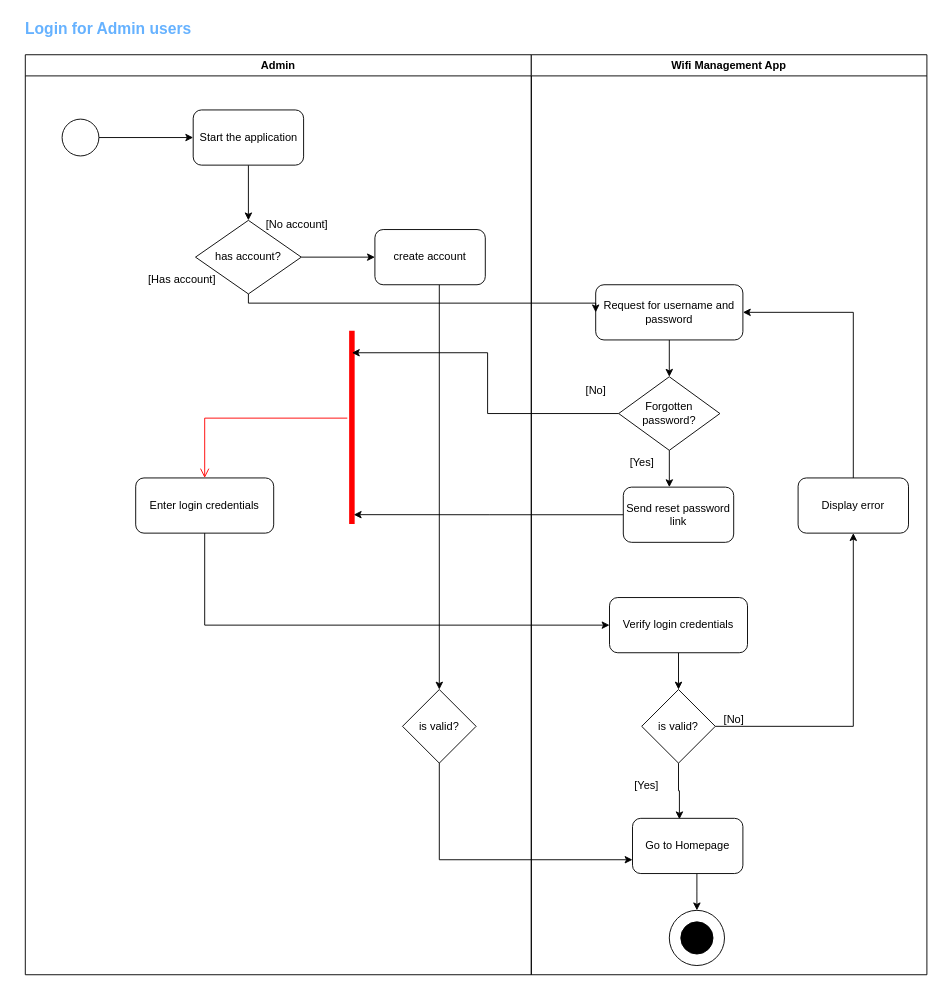
LeloKarma/website keeps this draw.io diagram as page "Page-2" (2 of 2) of Activity Diagram.drawio. Above is the earlier version. Source tidied: cells renumbered, new cells numbered last; positions are measured from the earlier drawing's top-left corner, leaving out a move shared by most shapes. Both pictures are drawn from the tidied source at 92%, with x=0, y=0 at pixel (16, 16).
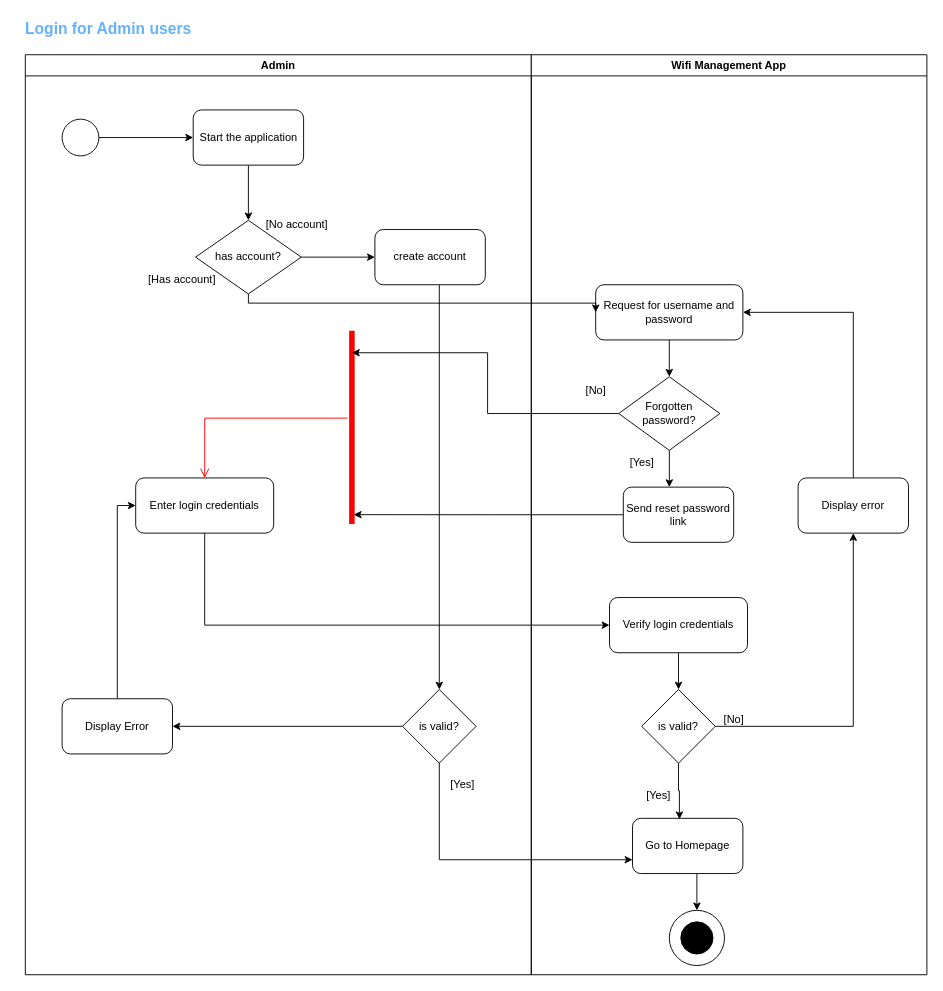
The same page after the edit.

Unchanged cells that the change refers to:
```xml
<mxCell id="2" value="Admin" style="swimlane;whiteSpace=wrap;html=1;" parent="1" vertex="1">
  <mxGeometry x="10" y="42" width="550" height="1000" as="geometry" />
</mxCell>
<mxCell id="11" value="Enter login credentials" style="rounded=1;whiteSpace=wrap;html=1;" parent="2" vertex="1">
  <mxGeometry x="120" y="460" width="150" height="60" as="geometry" />
</mxCell>
<mxCell id="16" value="is valid?" style="rhombus;whiteSpace=wrap;html=1;" parent="2" vertex="1">
  <mxGeometry x="410" y="690" width="80" height="80" as="geometry" />
</mxCell>
<mxCell id="17" value="Wifi Management App" style="swimlane;whiteSpace=wrap;html=1;" parent="1" vertex="1">
  <mxGeometry x="560" y="42" width="430" height="1000" as="geometry" />
</mxCell>
```

Diff of the diagram source:
```diff
@@
+    <mxCell id="44" style="edgeStyle=orthogonalEdgeStyle;rounded=0;jettySize=auto;html=1;entryX=1;entryY=0.5;entryDx=0;entryDy=0;" parent="2" edge="1" source="16" target="47">
+      <mxGeometry relative="1" as="geometry" />
+    </mxCell>
@@
+    <mxCell id="45" value="[Yes]" style="text;html=1;align=center;verticalAlign=middle;strokeColor=none;fillColor=none;" parent="2" vertex="1">
+      <mxGeometry x="450" y="778" width="50" height="30" as="geometry" />
+    </mxCell>
+    <mxCell id="46" style="edgeStyle=orthogonalEdgeStyle;rounded=0;jettySize=auto;html=1;entryX=0;entryY=0.5;entryDx=0;entryDy=0;" parent="2" edge="1" source="47" target="11">
+      <mxGeometry relative="1" as="geometry">
+        <Array as="points">
+          <mxPoint x="100" y="490" />
+        </Array>
+      </mxGeometry>
+    </mxCell>
+    <mxCell id="47" value="Display Error" style="rounded=1;whiteSpace=wrap;html=1;" parent="2" vertex="1">
+      <mxGeometry x="40" y="700" width="120" height="60" as="geometry" />
+    </mxCell>
@@
     <mxCell id="31" value="[Yes]" style="text;html=1;align=center;verticalAlign=middle;strokeColor=none;fillColor=none;" parent="17" vertex="1">
-      <mxGeometry x="100" y="780" width="50" height="30" as="geometry" />
+      <mxGeometry x="112.5" y="790" width="50" height="30" as="geometry" />
     </mxCell>
```
